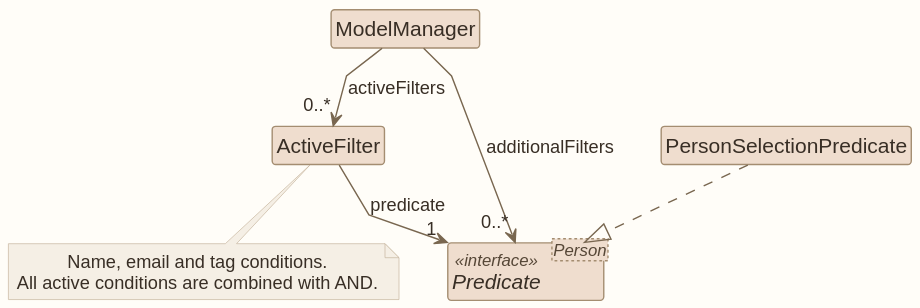
AY2627S1-CS2103T-W12-1/tp keeps this PlantUML diagram as docs/images/FilterStateDiagram.svg. Above is the earlier version.
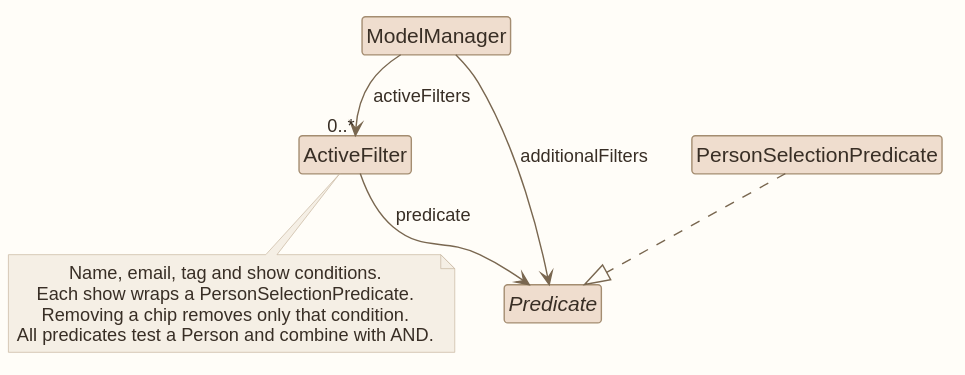
Later version of the same file.

Diff of the diagram source:
```diff
@@ -1,4 +1,5 @@
 @startuml
+!pragma layout smetana
 !include style.puml
 skinparam linetype polyline
 skinparam ArrowFontStyle plain
@@ -7,14 +8,16 @@
 skinparam ranksep 40
 class ModelManager
 class ActiveFilter
-interface "Predicate<Person>" as Predicate <<interface>>
+interface Predicate
 class PersonSelectionPredicate
 ModelManager --> "0..*" ActiveFilter : activeFilters
-ModelManager --> "0..*" Predicate : additionalFilters
-ActiveFilter --> "1" Predicate : predicate
+ModelManager --> Predicate : additionalFilters
+ActiveFilter --> Predicate : predicate
 PersonSelectionPredicate ..|> Predicate
 note bottom of ActiveFilter
-Name, email and tag conditions.
-All active conditions are combined with AND.
+Name, email, tag and show conditions.
+Each show wraps a PersonSelectionPredicate.
+Removing a chip removes only that condition.
+All predicates test a Person and combine with AND.
 end note
 @enduml
```
